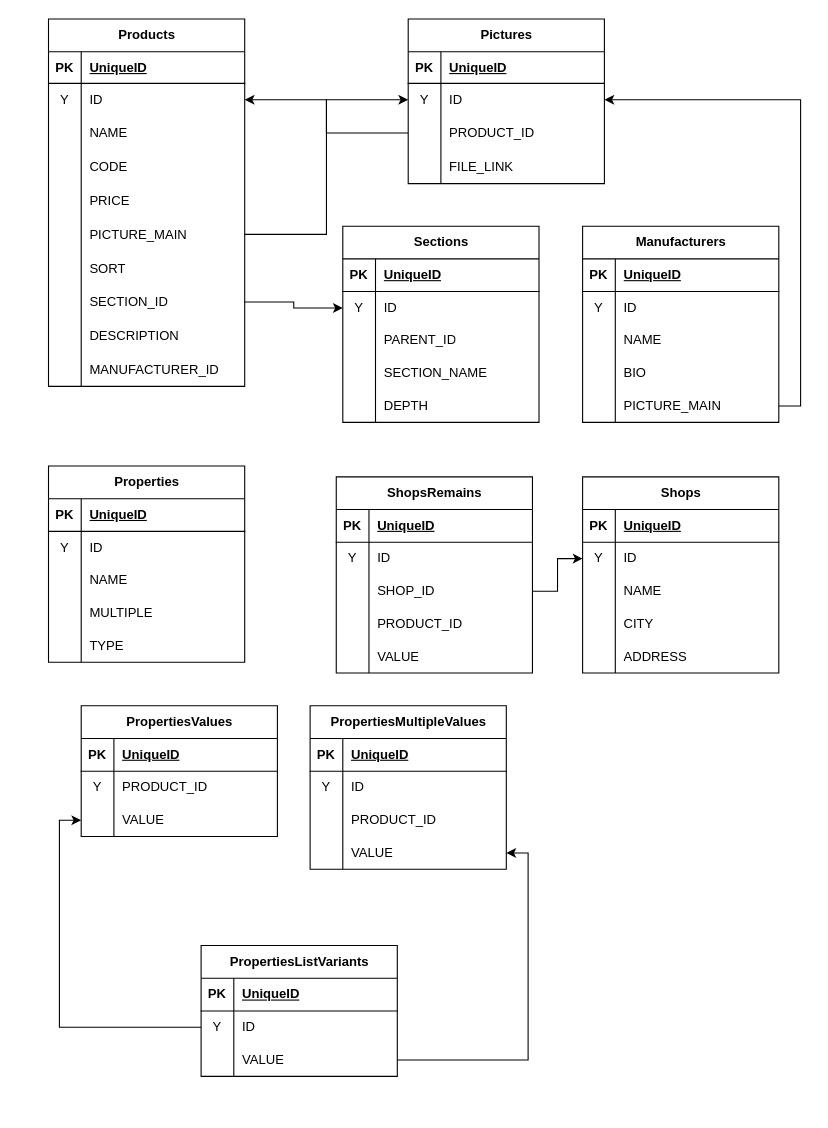
The draw.io diagram Диаграмма без названия.drawio in garry308/beershop, before the edit. Source tidied: cells renumbered, new cells numbered last; positions are measured from the earlier drawing's top-left corner, leaving out a move shared by most shapes. Both pictures are drawn from the tidied source at 109%, with x=0, y=0 at pixel (48, 19).
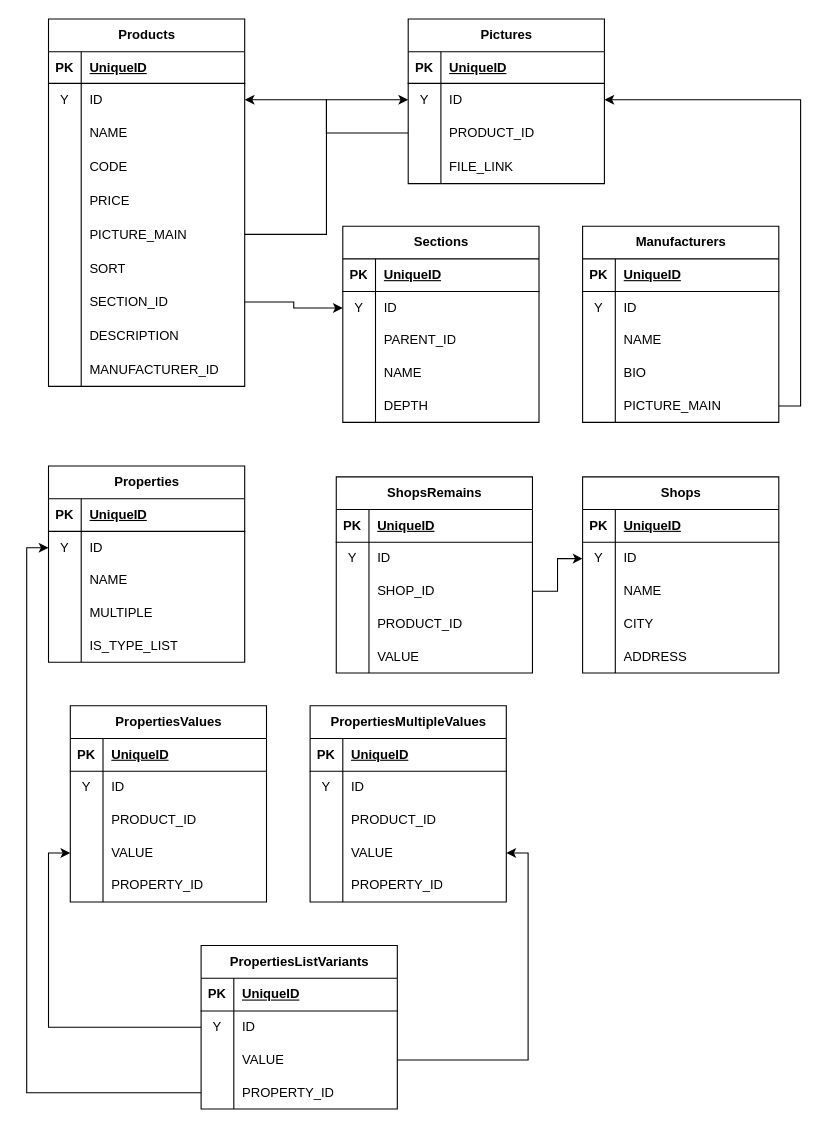
Above is the later version.

The change refers to these unchanged cells:
```xml
<mxCell id="58" style="shape=tableRow;horizontal=0;startSize=0;swimlaneHead=0;swimlaneBody=0;fillColor=none;top=0;left=0;right=0;bottom=0;" parent="48" vertex="1">
  <mxGeometry y="120" width="180" height="30" as="geometry" />
</mxCell>
<mxCell id="88" style="shape=tableRow;horizontal=0;startSize=0;swimlaneHead=0;swimlaneBody=0;fillColor=none;points=[[0,0.5],[1,0.5]];portConstraint=eastwest;top=0;left=0;right=0;bottom=0;" parent="84" vertex="1">
  <mxGeometry y="60" width="180" height="30" as="geometry" />
</mxCell>
<mxCell id="97" style="shape=tableRow;horizontal=0;startSize=0;swimlaneHead=0;swimlaneBody=0;fillColor=none;top=0;left=0;right=0;bottom=0;" parent="84" vertex="1">
  <mxGeometry y="150" width="180" height="30" as="geometry" />
</mxCell>
```

Diff of the diagram source:
```diff
@@
-    <mxCell id="60" value="SECTION_NAME" style="shape=partialRectangle;fillColor=none;top=0;left=0;bottom=0;right=0;align=left;spacingLeft=6;overflow=hidden;whiteSpace=wrap;html=1;" parent="58" vertex="1">
+    <mxCell id="60" value="NAME" style="shape=partialRectangle;fillColor=none;top=0;left=0;bottom=0;right=0;align=left;spacingLeft=6;overflow=hidden;whiteSpace=wrap;html=1;" parent="58" vertex="1">
       <mxGeometry x="30" width="150" height="30" as="geometry" />
     </mxCell>
@@
-    <mxCell id="99" value="TYPE" style="shape=partialRectangle;fillColor=none;top=0;left=0;bottom=0;right=0;align=left;spacingLeft=6;overflow=hidden;whiteSpace=wrap;html=1;" parent="97" vertex="1">
+    <mxCell id="99" value="IS_TYPE_LIST" style="shape=partialRectangle;fillColor=none;top=0;left=0;bottom=0;right=0;align=left;spacingLeft=6;overflow=hidden;whiteSpace=wrap;html=1;" parent="97" vertex="1">
       <mxGeometry x="30" width="150" height="30" as="geometry" />
     </mxCell>
     <mxCell id="100" value="PropertiesValues" style="shape=table;startSize=30;childLayout=tableLayout;rowLines=0;fontStyle=1;align=center;html=1;" parent="1" vertex="1">
-      <mxGeometry x="30" y="630" width="180" height="120" as="geometry" />
+      <mxGeometry x="20" y="630" width="180" height="180" as="geometry" />
     </mxCell>
@@
+    <mxCell id="168" style="shape=tableRow;horizontal=0;startSize=0;swimlaneHead=0;swimlaneBody=0;fillColor=none;top=0;left=0;right=0;bottom=0;" parent="100" vertex="1">
+      <mxGeometry y="60" width="180" height="30" as="geometry" />
+    </mxCell>
+    <mxCell id="169" value="Y" style="shape=partialRectangle;fillColor=none;top=0;left=0;bottom=0;right=0;overflow=hidden;whiteSpace=wrap;html=1;" parent="168" vertex="1">
+      <mxGeometry width="30" height="30" as="geometry" />
+    </mxCell>
+    <mxCell id="170" value="ID" style="shape=partialRectangle;fillColor=none;top=0;left=0;bottom=0;right=0;align=left;spacingLeft=6;overflow=hidden;whiteSpace=wrap;html=1;" parent="168" vertex="1">
+      <mxGeometry x="30" width="150" height="30" as="geometry" />
+    </mxCell>
     <mxCell id="104" style="shape=tableRow;horizontal=0;startSize=0;swimlaneHead=0;swimlaneBody=0;fillColor=none;top=0;left=0;right=0;bottom=0;" parent="100" vertex="1">
-      <mxGeometry y="60" width="180" height="30" as="geometry" />
+      <mxGeometry y="90" width="180" height="30" as="geometry" />
     </mxCell>
-    <mxCell id="105" value="Y" style="shape=partialRectangle;fillColor=none;top=0;left=0;bottom=0;right=0;overflow=hidden;whiteSpace=wrap;html=1;" parent="104" vertex="1">
+    <mxCell id="105" value="&lt;div&gt;&lt;br&gt;&lt;/div&gt;&lt;div&gt;&lt;br&gt;&lt;/div&gt;" style="shape=partialRectangle;fillColor=none;top=0;left=0;bottom=0;right=0;overflow=hidden;whiteSpace=wrap;html=1;" parent="104" vertex="1">
       <mxGeometry width="30" height="30" as="geometry" />
     </mxCell>
@@
     <mxCell id="107" style="shape=tableRow;horizontal=0;startSize=0;swimlaneHead=0;swimlaneBody=0;fillColor=none;points=[[0,0.5],[1,0.5]];portConstraint=eastwest;top=0;left=0;right=0;bottom=0;" parent="100" vertex="1">
-      <mxGeometry y="90" width="180" height="30" as="geometry" />
+      <mxGeometry y="120" width="180" height="30" as="geometry" />
     </mxCell>
@@
+    <mxCell id="171" style="shape=tableRow;horizontal=0;startSize=0;swimlaneHead=0;swimlaneBody=0;fillColor=none;top=0;left=0;right=0;bottom=0;" parent="100" vertex="1">
+      <mxGeometry y="150" width="180" height="30" as="geometry" />
+    </mxCell>
+    <mxCell id="172" style="shape=partialRectangle;fillColor=none;top=0;left=0;bottom=0;right=0;overflow=hidden;whiteSpace=wrap;html=1;" parent="171" vertex="1">
+      <mxGeometry width="30" height="30" as="geometry" />
+    </mxCell>
+    <mxCell id="173" value="PROPERTY_ID" style="shape=partialRectangle;fillColor=none;top=0;left=0;bottom=0;right=0;align=left;spacingLeft=6;overflow=hidden;whiteSpace=wrap;html=1;" parent="171" vertex="1">
+      <mxGeometry x="30" width="150" height="30" as="geometry" />
+    </mxCell>
     <mxCell id="110" value="PropertiesMultipleValues" style="shape=table;startSize=30;childLayout=tableLayout;rowLines=0;fontStyle=1;align=center;html=1;" parent="1" vertex="1">
-      <mxGeometry x="240" y="630" width="180" height="150" as="geometry" />
+      <mxGeometry x="240" y="630" width="180" height="180" as="geometry" />
     </mxCell>
@@
+    <mxCell id="174" style="shape=tableRow;horizontal=0;startSize=0;swimlaneHead=0;swimlaneBody=0;fillColor=none;top=0;left=0;right=0;bottom=0;" parent="110" vertex="1">
+      <mxGeometry y="150" width="180" height="30" as="geometry" />
+    </mxCell>
+    <mxCell id="175" style="shape=partialRectangle;fillColor=none;top=0;left=0;bottom=0;right=0;overflow=hidden;whiteSpace=wrap;html=1;" parent="174" vertex="1">
+      <mxGeometry width="30" height="30" as="geometry" />
+    </mxCell>
+    <mxCell id="176" value="PROPERTY_ID" style="shape=partialRectangle;fillColor=none;top=0;left=0;bottom=0;right=0;align=left;spacingLeft=6;overflow=hidden;whiteSpace=wrap;html=1;" parent="174" vertex="1">
+      <mxGeometry x="30" width="150" height="30" as="geometry" />
+    </mxCell>
     <mxCell id="123" value="PropertiesListVariants" style="shape=table;startSize=30;childLayout=tableLayout;rowLines=0;fontStyle=1;align=center;html=1;" parent="1" vertex="1">
-      <mxGeometry x="140" y="850" width="180" height="120" as="geometry" />
+      <mxGeometry x="140" y="850" width="180" height="150" as="geometry" />
     </mxCell>
@@
+    <mxCell id="177" style="shape=tableRow;horizontal=0;startSize=0;swimlaneHead=0;swimlaneBody=0;fillColor=none;points=[[0,0.5],[1,0.5]];portConstraint=eastwest;top=0;left=0;right=0;bottom=0;" parent="123" vertex="1">
+      <mxGeometry y="120" width="180" height="30" as="geometry" />
+    </mxCell>
+    <mxCell id="178" style="shape=partialRectangle;fillColor=none;top=0;left=0;bottom=0;right=0;overflow=hidden;whiteSpace=wrap;html=1;" parent="177" vertex="1">
+      <mxGeometry width="30" height="30" as="geometry" />
+    </mxCell>
+    <mxCell id="179" value="PROPERTY_ID" style="shape=partialRectangle;fillColor=none;top=0;left=0;bottom=0;right=0;align=left;spacingLeft=6;overflow=hidden;whiteSpace=wrap;html=1;" parent="177" vertex="1">
+      <mxGeometry x="30" width="150" height="30" as="geometry" />
+    </mxCell>
@@
+    <mxCell id="180" style="edgeStyle=orthogonalEdgeStyle;rounded=0;jettySize=auto;html=1;exitX=0;exitY=0.5;exitDx=0;exitDy=0;entryX=0;entryY=0.5;entryDx=0;entryDy=0;" parent="1" edge="1" source="177" target="88">
+      <mxGeometry relative="1" as="geometry" />
+    </mxCell>
```
